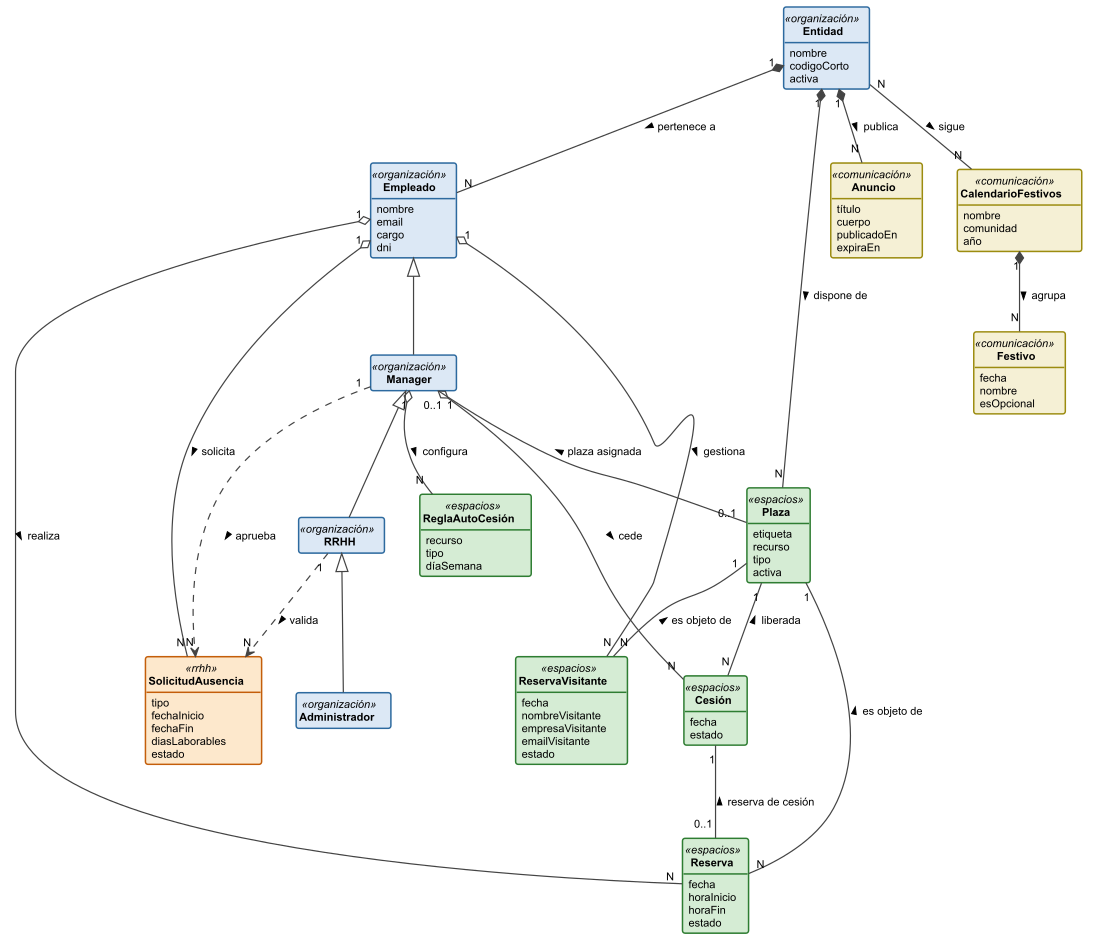
The PlantUML diagram modelosUML/png/dominioClases.png in lostal/seven-suite, before a commit. Its source is kept beside it as modelosUML/puml/dominioClases.puml.
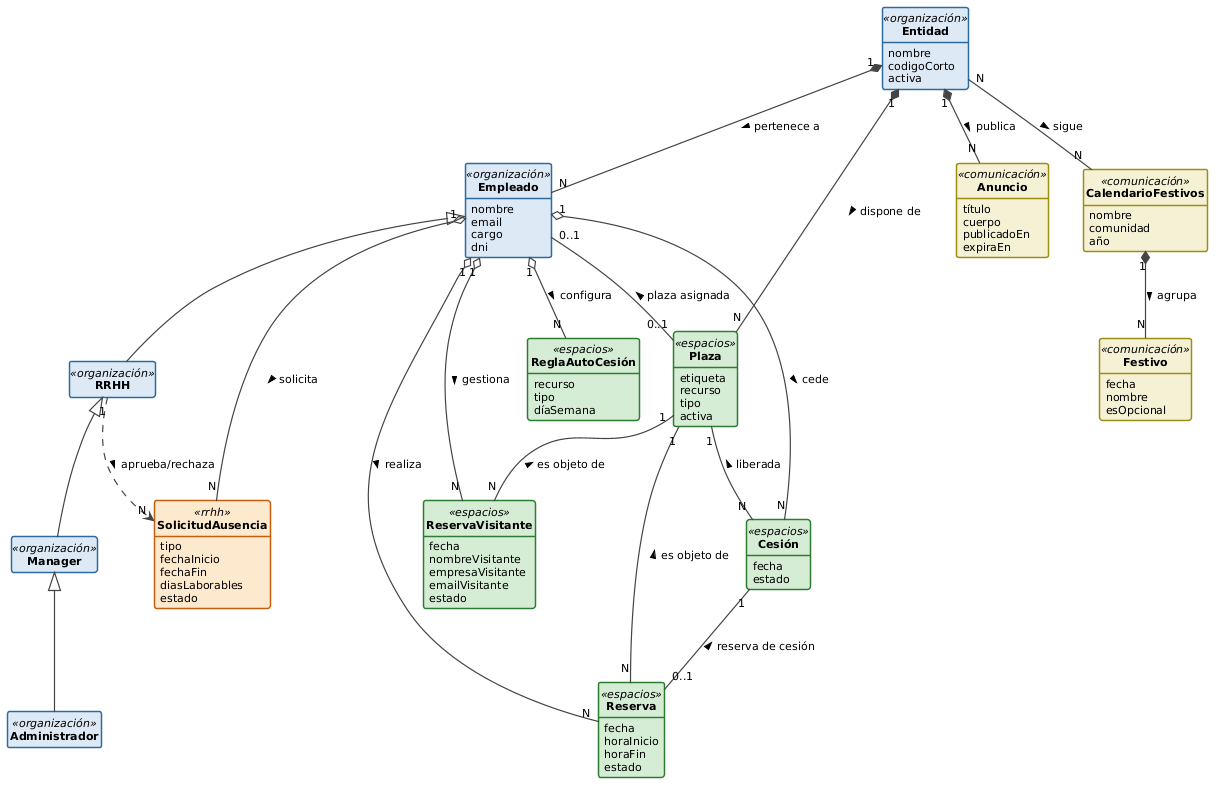
Later version of the same file.

What changed in the source:
```diff
@@ -1,4 +1,6 @@
 @startuml dominioClases
+
+skinparam backgroundColor #FFFFFF
 
 hide circle
 hide empty members
@@ -107,9 +109,9 @@
 }
 
 
-Empleado    <|-- Manager
-Manager     <|-- RRHH
-RRHH        <|-- Administrador
+Empleado    <|-- RRHH
+RRHH        <|-- Manager
+Manager     <|-- Administrador
 
 
 Entidad               "1" *-- "N"   Empleado           : pertenece a >
@@ -121,15 +123,14 @@
 Empleado              "1" o-- "N"   Reserva            : realiza >
 Empleado              "1" o-- "N"   ReservaVisitante   : gestiona >
 Empleado              "1" o-- "N"   SolicitudAusencia  : solicita >
-Manager               "1" o-- "N"   Cesion             : cede >
-Manager               "1" o-- "N"   ReglaAutoCesion    : configura >
+Empleado              "1" o-- "N"   Cesion             : cede >
+Empleado              "1" o-- "N"   ReglaAutoCesion    : configura >
 
 
-Manager               "1" ..> "N"   SolicitudAusencia  : aprueba >
-RRHH                  "1" ..> "N"   SolicitudAusencia  : valida >
+RRHH                  "1" ..> "N"   SolicitudAusencia  : aprueba/rechaza >
 
 
-Manager               "0..1" -- "0..1" Plaza           : < plaza asignada
+Empleado               "0..1" -- "0..1" Plaza           : < plaza asignada
 Plaza                 "1"    -- "N"    Reserva         : < es objeto de
 Plaza                 "1"    -- "N"    Cesion          : < liberada
 Cesion                "1"    -- "0..1" Reserva         : < reserva de cesión
```
